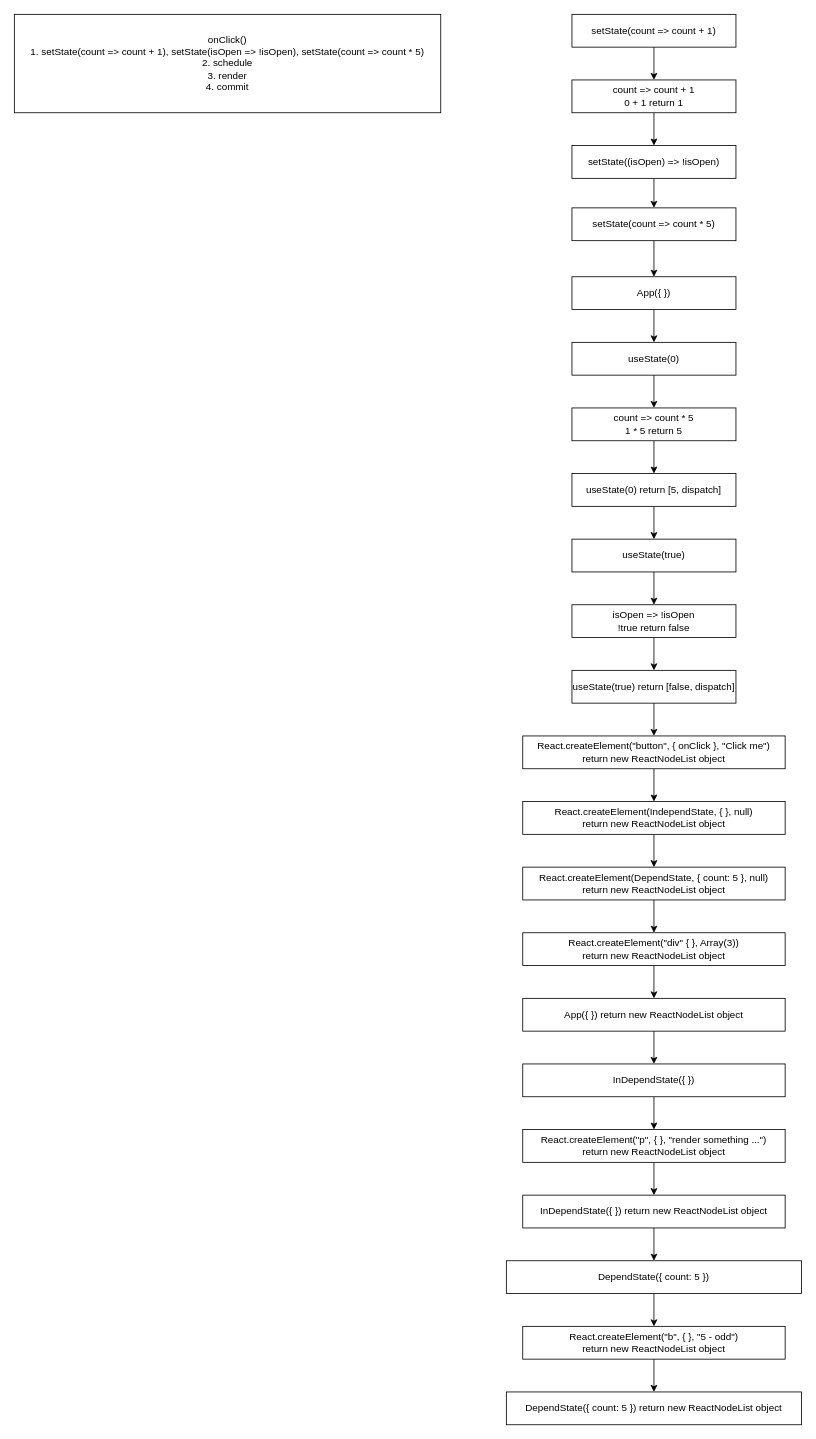
binh-nguyen-dev/practice-git-github keeps this draw.io diagram as page "onClick()" (5 of 7) of React Internal.drawio. Above is the earlier version. Source tidied: cells renumbered, new cells numbered last; positions are measured from the earlier drawing's top-left corner, leaving out a move shared by most shapes. Both pictures are drawn from the tidied source at 82%, with x=0, y=0 at pixel (14, 14).
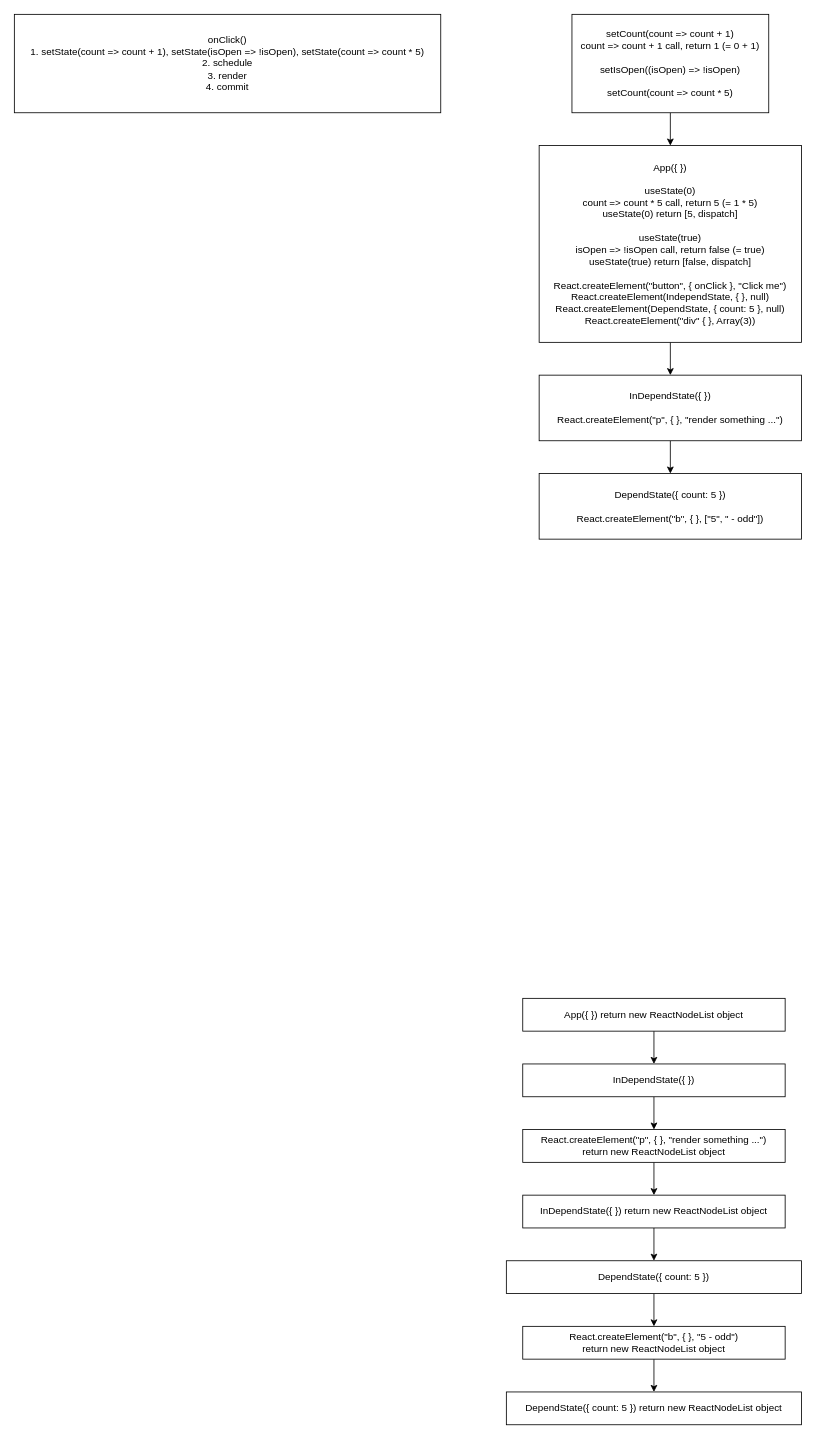
Above is the later version.

Unchanged cells that the change refers to:
```xml
<mxCell id="34" value="&lt;div&gt;&lt;span style=&quot;background-color: initial;&quot;&gt;App({ })&amp;nbsp;&lt;/span&gt;return new ReactNodeList object&lt;/div&gt;" style="whiteSpace=wrap;html=1;" parent="1" vertex="1">
  <mxGeometry x="620" y="1200" width="320" height="40" as="geometry" />
</mxCell>
```

Diff of the diagram source:
```diff
@@
-    <mxCell id="3" style="edgeStyle=orthogonalEdgeStyle;rounded=0;jettySize=auto;html=1;exitX=0.5;exitY=1;exitDx=0;exitDy=0;entryX=0.5;entryY=0;entryDx=0;entryDy=0;" parent="1" edge="1" source="4" target="6">
-      <mxGeometry relative="1" as="geometry" />
-    </mxCell>
+    <mxCell id="46" style="edgeStyle=orthogonalEdgeStyle;rounded=0;jettySize=auto;html=1;exitX=0.5;exitY=1;exitDx=0;exitDy=0;entryX=0.5;entryY=0;entryDx=0;entryDy=0;" parent="1" edge="1" source="4" target="12">
+      <mxGeometry relative="1" as="geometry" />
+    </mxCell>
-    <mxCell id="4" value="setState(count =&amp;gt; count + 1)" style="whiteSpace=wrap;html=1;" parent="1" vertex="1">
-      <mxGeometry x="680" width="200" height="40" as="geometry" />
+    <mxCell id="4" value="setCount(count =&amp;gt; count + 1)&lt;div&gt;count =&amp;gt; count + 1 call,&amp;nbsp;&lt;span style=&quot;background-color: initial;&quot;&gt;return 1 (=&amp;nbsp;&lt;/span&gt;&lt;span style=&quot;background-color: initial;&quot;&gt;0 + 1&lt;/span&gt;&lt;span style=&quot;background-color: initial;&quot;&gt;)&lt;/span&gt;&lt;/div&gt;&lt;div&gt;&lt;span style=&quot;background-color: initial;&quot;&gt;&lt;br&gt;&lt;/span&gt;&lt;/div&gt;&lt;div&gt;setIsOpen((isOpen) =&amp;gt; !isOpen)&lt;span style=&quot;background-color: initial;&quot;&gt;&lt;/span&gt;&lt;/div&gt;&lt;div&gt;&lt;br&gt;&lt;/div&gt;&lt;div&gt;setCount(count =&amp;gt; count * 5&lt;span style=&quot;background-color: initial;&quot;&gt;)&lt;/span&gt;&lt;/div&gt;" style="whiteSpace=wrap;html=1;" parent="1" vertex="1">
+      <mxGeometry x="680" width="240" height="120" as="geometry" />
     </mxCell>
-    <mxCell id="5" style="edgeStyle=orthogonalEdgeStyle;rounded=0;jettySize=auto;html=1;exitX=0.5;exitY=1;exitDx=0;exitDy=0;entryX=0.5;entryY=0;entryDx=0;entryDy=0;" parent="1" edge="1" source="6" target="8">
-      <mxGeometry relative="1" as="geometry" />
-    </mxCell>
-    <mxCell id="6" value="count =&amp;gt; count + 1&lt;div&gt;&lt;span style=&quot;background-color: initial;&quot;&gt;0 + 1 return 1&lt;/span&gt;&lt;/div&gt;" style="whiteSpace=wrap;html=1;" parent="1" vertex="1">
-      <mxGeometry x="680" y="80" width="200" height="40" as="geometry" />
-    </mxCell>
-    <mxCell id="7" style="edgeStyle=orthogonalEdgeStyle;rounded=0;jettySize=auto;html=1;exitX=0.5;exitY=1;exitDx=0;exitDy=0;entryX=0.5;entryY=0;entryDx=0;entryDy=0;" parent="1" edge="1" source="8" target="10">
-      <mxGeometry relative="1" as="geometry" />
-    </mxCell>
-    <mxCell id="8" value="setState((isOpen) =&amp;gt; !isOpen)" style="whiteSpace=wrap;html=1;" parent="1" vertex="1">
-      <mxGeometry x="680" y="160" width="200" height="40" as="geometry" />
-    </mxCell>
-    <mxCell id="9" style="edgeStyle=orthogonalEdgeStyle;rounded=0;jettySize=auto;html=1;exitX=0.5;exitY=1;exitDx=0;exitDy=0;" parent="1" edge="1" source="10" target="12">
-      <mxGeometry relative="1" as="geometry" />
-    </mxCell>
-    <mxCell id="10" value="setState(count =&amp;gt; count * 5&lt;span style=&quot;background-color: initial;&quot;&gt;)&lt;/span&gt;" style="whiteSpace=wrap;html=1;" parent="1" vertex="1">
-      <mxGeometry x="680" y="236" width="200" height="40" as="geometry" />
-    </mxCell>
-    <mxCell id="11" style="edgeStyle=orthogonalEdgeStyle;rounded=0;jettySize=auto;html=1;exitX=0.5;exitY=1;exitDx=0;exitDy=0;entryX=0.5;entryY=0;entryDx=0;entryDy=0;" parent="1" edge="1" source="12" target="14">
-      <mxGeometry relative="1" as="geometry" />
-    </mxCell>
+    <mxCell id="47" style="edgeStyle=orthogonalEdgeStyle;rounded=0;jettySize=auto;html=1;exitX=0.5;exitY=1;exitDx=0;exitDy=0;entryX=0.5;entryY=0;entryDx=0;entryDy=0;" parent="1" edge="1" source="12" target="26">
+      <mxGeometry relative="1" as="geometry" />
+    </mxCell>
-    <mxCell id="12" value="App({ })" style="whiteSpace=wrap;html=1;" parent="1" vertex="1">
-      <mxGeometry x="680" y="320" width="200" height="40" as="geometry" />
+    <mxCell id="12" value="App({ })&lt;div&gt;&lt;br&gt;&lt;/div&gt;&lt;div&gt;useState(0)&lt;/div&gt;&lt;div&gt;count =&amp;gt; count * 5 call,&lt;span style=&quot;background-color: initial;&quot;&gt;&amp;nbsp;return 5 (= 1 * 5)&lt;/span&gt;&lt;/div&gt;&lt;div&gt;useState(0) return [5, dispatch]&lt;span style=&quot;background-color: initial;&quot;&gt;&lt;/span&gt;&lt;/div&gt;&lt;div&gt;&lt;br&gt;&lt;/div&gt;&lt;div&gt;&lt;span style=&quot;background-color: initial;&quot;&gt;useState(true)&lt;/span&gt;&lt;/div&gt;&lt;div&gt;isOpen =&amp;gt; !isOpen call, return false (= true)&lt;/div&gt;&lt;div&gt;useState(true) return [false, dispatch]&lt;/div&gt;&lt;div&gt;&lt;br&gt;&lt;/div&gt;&lt;div&gt;React.createElement(&quot;button&quot;, { onClick }, &quot;Click me&quot;)&lt;div&gt;&lt;span style=&quot;background-color: initial;&quot;&gt;React.createElement(IndependState, { }, null)&lt;/span&gt;&lt;/div&gt;&lt;div&gt;React.createElement(DependState, { count: 5 }, null)&lt;/div&gt;&lt;div&gt;React.createElement(&quot;div&quot; { }, Array(3))&lt;/div&gt;&lt;/div&gt;" style="whiteSpace=wrap;html=1;" parent="1" vertex="1">
+      <mxGeometry x="640" y="160" width="320" height="240" as="geometry" />
     </mxCell>
-    <mxCell id="13" style="edgeStyle=orthogonalEdgeStyle;rounded=0;jettySize=auto;html=1;exitX=0.5;exitY=1;exitDx=0;exitDy=0;entryX=0.5;entryY=0;entryDx=0;entryDy=0;" parent="1" edge="1" source="14" target="16">
-      <mxGeometry relative="1" as="geometry" />
-    </mxCell>
-    <mxCell id="14" value="useState(0)" style="whiteSpace=wrap;html=1;" parent="1" vertex="1">
-      <mxGeometry x="680" y="400" width="200" height="40" as="geometry" />
-    </mxCell>
-    <mxCell id="15" style="edgeStyle=orthogonalEdgeStyle;rounded=0;jettySize=auto;html=1;exitX=0.5;exitY=1;exitDx=0;exitDy=0;entryX=0.5;entryY=0;entryDx=0;entryDy=0;" parent="1" edge="1" source="16" target="18">
-      <mxGeometry relative="1" as="geometry" />
-    </mxCell>
-    <mxCell id="16" value="count =&amp;gt; count * 5&lt;div&gt;&lt;span style=&quot;background-color: initial;&quot;&gt;1 * 5 return 5&lt;/span&gt;&lt;/div&gt;" style="whiteSpace=wrap;html=1;" parent="1" vertex="1">
-      <mxGeometry x="680" y="480" width="200" height="40" as="geometry" />
-    </mxCell>
-    <mxCell id="17" style="edgeStyle=orthogonalEdgeStyle;rounded=0;jettySize=auto;html=1;exitX=0.5;exitY=1;exitDx=0;exitDy=0;entryX=0.5;entryY=0;entryDx=0;entryDy=0;" parent="1" edge="1" source="18" target="20">
-      <mxGeometry relative="1" as="geometry" />
-    </mxCell>
-    <mxCell id="18" value="useState(0) return [5, dispatch]" style="whiteSpace=wrap;html=1;" parent="1" vertex="1">
-      <mxGeometry x="680" y="560" width="200" height="40" as="geometry" />
-    </mxCell>
-    <mxCell id="19" style="edgeStyle=orthogonalEdgeStyle;rounded=0;jettySize=auto;html=1;exitX=0.5;exitY=1;exitDx=0;exitDy=0;" parent="1" edge="1" source="20" target="22">
-      <mxGeometry relative="1" as="geometry" />
-    </mxCell>
-    <mxCell id="20" value="useState(true)" style="whiteSpace=wrap;html=1;" parent="1" vertex="1">
-      <mxGeometry x="680" y="640" width="200" height="40" as="geometry" />
-    </mxCell>
-    <mxCell id="21" style="edgeStyle=orthogonalEdgeStyle;rounded=0;jettySize=auto;html=1;exitX=0.5;exitY=1;exitDx=0;exitDy=0;entryX=0.5;entryY=0;entryDx=0;entryDy=0;" parent="1" edge="1" source="22" target="24">
-      <mxGeometry relative="1" as="geometry" />
-    </mxCell>
-    <mxCell id="22" value="isOpen =&amp;gt; !isOpen&lt;div&gt;&lt;span style=&quot;background-color: initial;&quot;&gt;!true return false&lt;/span&gt;&lt;/div&gt;" style="whiteSpace=wrap;html=1;" parent="1" vertex="1">
-      <mxGeometry x="680" y="720" width="200" height="40" as="geometry" />
-    </mxCell>
-    <mxCell id="23" style="edgeStyle=orthogonalEdgeStyle;rounded=0;jettySize=auto;html=1;exitX=0.5;exitY=1;exitDx=0;exitDy=0;entryX=0.5;entryY=0;entryDx=0;entryDy=0;" parent="1" edge="1" source="24" target="26">
-      <mxGeometry relative="1" as="geometry" />
-    </mxCell>
-    <mxCell id="24" value="useState(true) return [false, dispatch]" style="whiteSpace=wrap;html=1;" parent="1" vertex="1">
-      <mxGeometry x="680" y="800" width="200" height="40" as="geometry" />
-    </mxCell>
-    <mxCell id="25" style="edgeStyle=orthogonalEdgeStyle;rounded=0;jettySize=auto;html=1;exitX=0.5;exitY=1;exitDx=0;exitDy=0;" parent="1" edge="1" source="26" target="28">
-      <mxGeometry relative="1" as="geometry" />
-    </mxCell>
+    <mxCell id="48" style="edgeStyle=orthogonalEdgeStyle;rounded=0;jettySize=auto;html=1;exitX=0.5;exitY=1;exitDx=0;exitDy=0;" parent="1" edge="1" source="26" target="49">
+      <mxGeometry relative="1" as="geometry" />
+    </mxCell>
-    <mxCell id="26" value="React.createElement(&quot;button&quot;, { onClick }, &quot;Click me&quot;)&lt;div&gt;return new ReactNodeList object&lt;/div&gt;" style="whiteSpace=wrap;html=1;" parent="1" vertex="1">
-      <mxGeometry x="620" y="880" width="320" height="40" as="geometry" />
+    <mxCell id="26" value="InDependState({ })&lt;div&gt;&lt;br&gt;&lt;/div&gt;&lt;div&gt;React.createElement(&quot;p&quot;, { }, &quot;render something ...&quot;)&lt;/div&gt;" style="whiteSpace=wrap;html=1;" parent="1" vertex="1">
+      <mxGeometry x="640" y="440" width="320" height="80" as="geometry" />
     </mxCell>
-    <mxCell id="27" style="edgeStyle=orthogonalEdgeStyle;rounded=0;jettySize=auto;html=1;exitX=0.5;exitY=1;exitDx=0;exitDy=0;entryX=0.5;entryY=0;entryDx=0;entryDy=0;" parent="1" edge="1" source="28" target="30">
-      <mxGeometry relative="1" as="geometry" />
-    </mxCell>
-    <mxCell id="28" value="React.createElement(IndependState, { }, null)&lt;div&gt;return new ReactNodeList object&lt;/div&gt;" style="whiteSpace=wrap;html=1;" parent="1" vertex="1">
-      <mxGeometry x="620" y="960" width="320" height="40" as="geometry" />
-    </mxCell>
-    <mxCell id="29" style="edgeStyle=orthogonalEdgeStyle;rounded=0;jettySize=auto;html=1;exitX=0.5;exitY=1;exitDx=0;exitDy=0;entryX=0.5;entryY=0;entryDx=0;entryDy=0;" parent="1" edge="1" source="30" target="32">
-      <mxGeometry relative="1" as="geometry" />
-    </mxCell>
-    <mxCell id="30" value="React.createElement(DependState, { count: 5 }, null)&lt;div&gt;return new ReactNodeList object&lt;/div&gt;" style="whiteSpace=wrap;html=1;" parent="1" vertex="1">
-      <mxGeometry x="620" y="1040" width="320" height="40" as="geometry" />
-    </mxCell>
-    <mxCell id="31" style="edgeStyle=orthogonalEdgeStyle;rounded=0;jettySize=auto;html=1;exitX=0.5;exitY=1;exitDx=0;exitDy=0;entryX=0.5;entryY=0;entryDx=0;entryDy=0;" parent="1" edge="1" source="32" target="34">
-      <mxGeometry relative="1" as="geometry" />
-    </mxCell>
-    <mxCell id="32" value="React.createElement(&quot;div&quot; { }, Array(3))&lt;div&gt;return new ReactNodeList object&lt;/div&gt;" style="whiteSpace=wrap;html=1;" parent="1" vertex="1">
-      <mxGeometry x="620" y="1120" width="320" height="40" as="geometry" />
-    </mxCell>
@@
+    <mxCell id="49" value="DependState({ count: 5 })&lt;div&gt;&lt;br&gt;&lt;/div&gt;&lt;div&gt;React.createElement(&quot;b&quot;, { }, [&quot;5&quot;, &quot; - odd&quot;])&lt;/div&gt;" style="whiteSpace=wrap;html=1;" parent="1" vertex="1">
+      <mxGeometry x="640" y="560" width="320" height="80" as="geometry" />
+    </mxCell>
```
